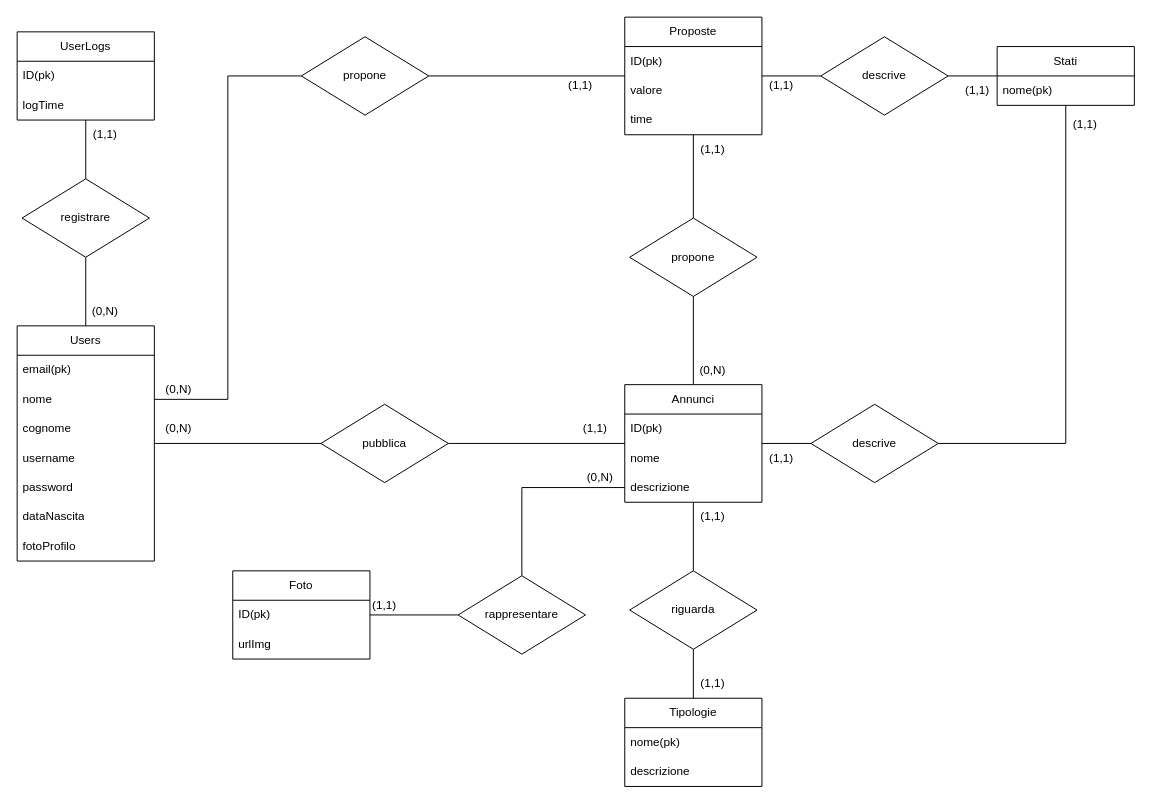
The draw.io diagram sql/DigrmMercatino.drawio in Rayan2426/RSA_market, before the edit. Source tidied: cells renumbered, new cells numbered last; positions are measured from the earlier drawing's top-left corner, leaving out a move shared by most shapes. Both pictures are drawn from the tidied source at 98%, with x=0, y=0 at pixel (17, 17).
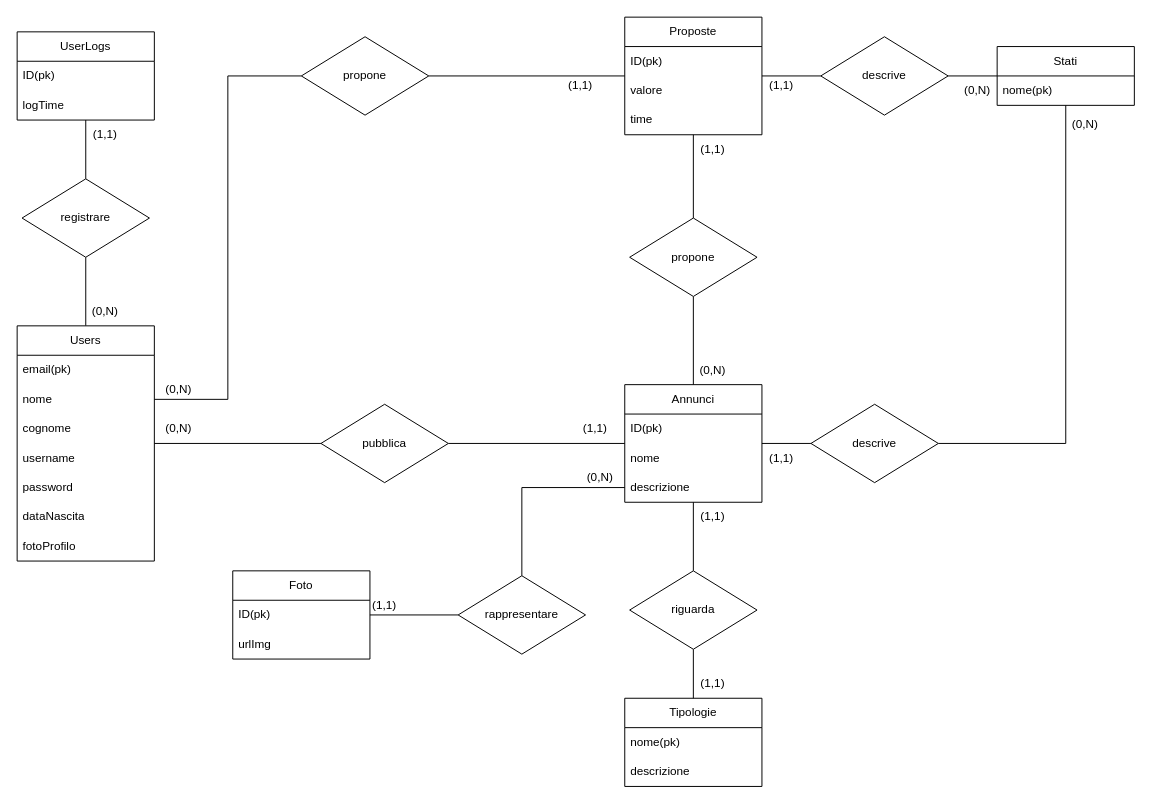
Above is the later version.

Commit message (it also covers changes not shown here):
fixed error in the ER scheme and added png image of it

Change to the diagram source:
```diff
@@
-    <mxCell id="54" value="(1,1)" style="text;html=1;align=center;verticalAlign=middle;whiteSpace=wrap;rounded=0;" parent="1" vertex="1">
+    <mxCell id="54" value="(0,N)" style="text;html=1;align=center;verticalAlign=middle;whiteSpace=wrap;rounded=0;" parent="1" vertex="1">
       <mxGeometry x="1060" y="95" width="60" height="30" as="geometry" />
     </mxCell>
@@
-    <mxCell id="56" value="(1,1)" style="text;html=1;align=center;verticalAlign=middle;whiteSpace=wrap;rounded=0;" parent="1" vertex="1">
+    <mxCell id="56" value="(0,N)" style="text;html=1;align=center;verticalAlign=middle;whiteSpace=wrap;rounded=0;" parent="1" vertex="1">
       <mxGeometry x="950" y="60" width="60" height="30" as="geometry" />
     </mxCell>
```
